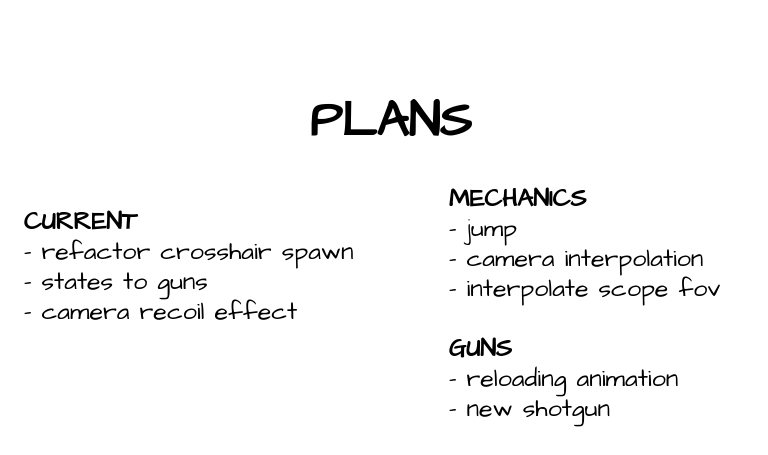
Before: plans.drawio in HasChad/bevy-shooting-range, a draw.io diagram. Source tidied: cells renumbered, new cells numbered last; positions are measured from the earlier drawing's top-left corner, leaving out a move shared by most shapes. Both pictures are drawn from the tidied source at 125%, with x=0, y=0 at pixel (21, 84).
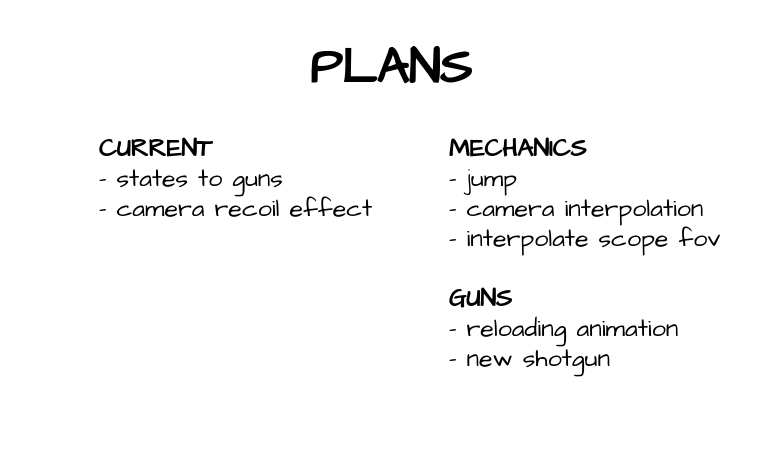
After the change.

Commit message (it also covers changes not shown here):
- now crosshair closes when scoped - refactor crosshair spawn code - changed some variable names and fixed typos - updated plans

Change to the diagram source:
```diff
@@
 <mxGraphModel>
   <root>
     <mxCell id="0" />
     <mxCell id="1" parent="0" />
     <mxCell id="2" value="&lt;b&gt;MECHANICS&lt;/b&gt;&lt;br&gt;- jump&lt;br&gt;- camera interpolation&lt;br&gt;- interpolate scope fov&lt;br&gt;&lt;br&gt;&lt;b&gt;GUNS&lt;br&gt;&lt;/b&gt;- reloading animation&lt;br&gt;- new shotgun" style="text;html=1;align=left;verticalAlign=middle;strokeColor=none;fillColor=none;fontSize=20;fontFamily=Architects Daughter;sketch=1;hachureGap=4;jiggle=2;curveFitting=1;" parent="1" vertex="1">
-      <mxGeometry x="340" y="70" width="240" height="210" as="geometry" />
+      <mxGeometry x="340" y="30" width="240" height="210" as="geometry" />
     </mxCell>
-    <mxCell id="3" value="&lt;b&gt;CURRENT&lt;/b&gt;&lt;br&gt;- refactor crosshair spawn&lt;br&gt;- states to guns&lt;br&gt;- camera recoil effect" style="text;html=1;align=left;verticalAlign=middle;strokeColor=none;fillColor=none;fontSize=20;fontFamily=Architects Daughter;sketch=1;hachureGap=4;jiggle=2;curveFitting=1;" parent="1" vertex="1">
-      <mxGeometry y="90" width="290" height="110" as="geometry" />
+    <mxCell id="3" value="&lt;b&gt;CURRENT&lt;/b&gt;&lt;br&gt;- states to guns&lt;br&gt;- camera recoil effect" style="text;html=1;align=left;verticalAlign=middle;strokeColor=none;fillColor=none;fontSize=20;fontFamily=Architects Daughter;sketch=1;hachureGap=4;jiggle=2;curveFitting=1;" parent="1" vertex="1">
+      <mxGeometry x="60" y="30" width="240" height="90" as="geometry" />
     </mxCell>
-    <mxCell id="4" value="&lt;b&gt;&lt;font style=&quot;font-size: 40px;&quot;&gt;PLANS&lt;/font&gt;&lt;/b&gt;" style="text;html=1;align=center;verticalAlign=middle;strokeColor=none;fillColor=none;fontSize=20;fontFamily=Architects Daughter;sketch=1;hachureGap=4;jiggle=2;curveFitting=1;" parent="1" vertex="1">
-      <mxGeometry x="220" width="150" height="60" as="geometry" />
+    <mxCell id="4" value="&lt;p style=&quot;line-height: 100%;&quot;&gt;&lt;b style=&quot;&quot;&gt;&lt;font style=&quot;font-size: 40px;&quot;&gt;PLANS&lt;/font&gt;&lt;/b&gt;&lt;/p&gt;" style="text;html=1;align=center;verticalAlign=middle;strokeColor=none;fillColor=none;fontSize=20;fontFamily=Architects Daughter;sketch=1;hachureGap=4;jiggle=2;curveFitting=1;" parent="1" vertex="1">
+      <mxGeometry x="220" y="-50" width="150" height="80" as="geometry" />
     </mxCell>
   </root>
 </mxGraphModel>
```
